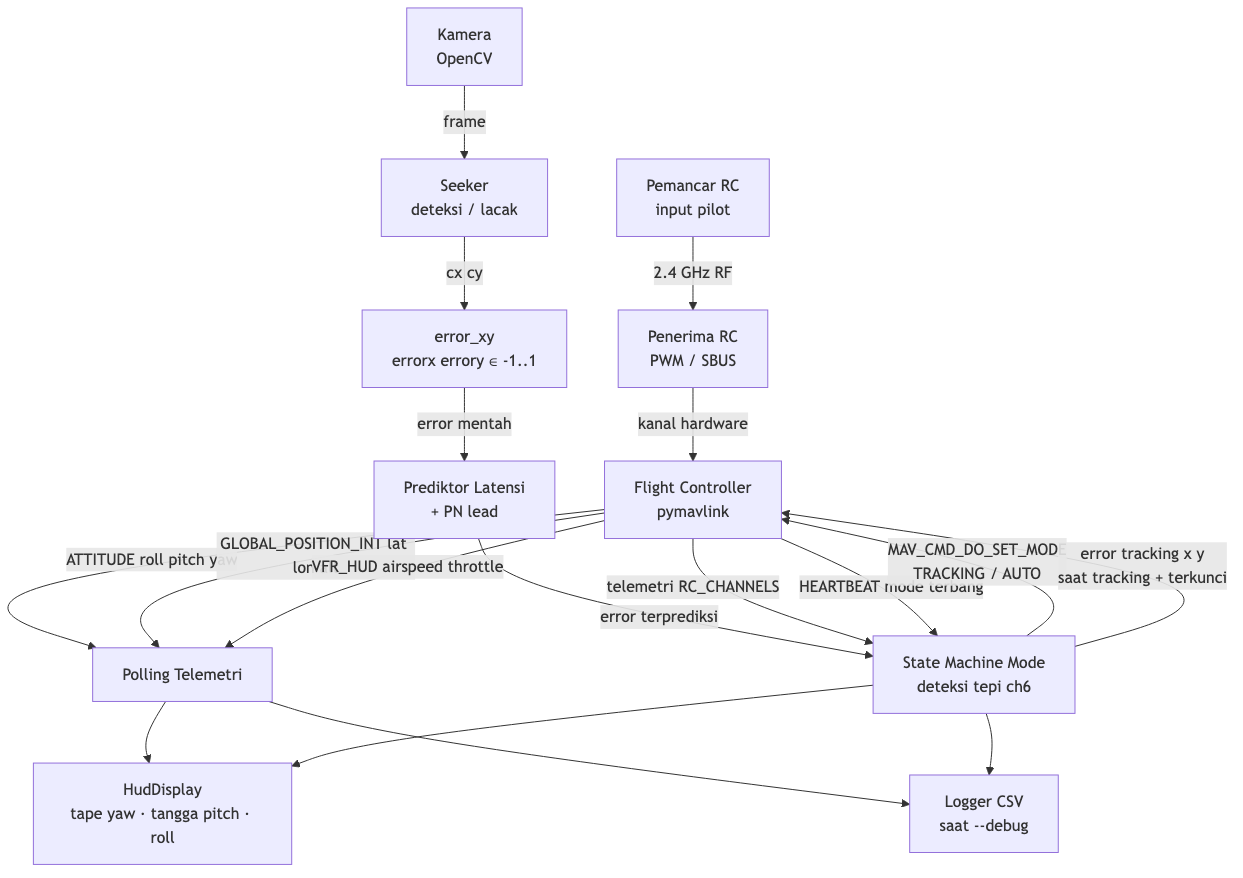
Before: docs/chart_02_architecture.png, a diagram exported from Mermaid (musaelhanafi/drone-seeker). Its source is kept beside it as docs/chart_02_architecture.mmd.
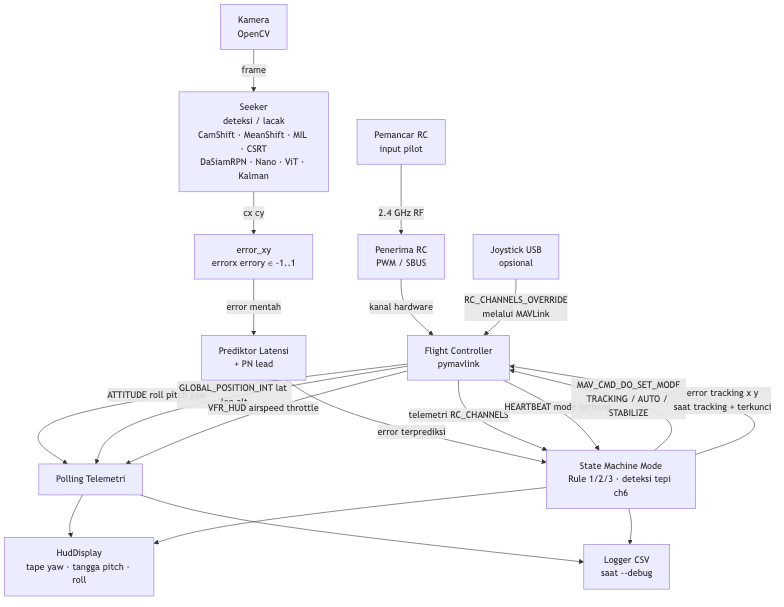
The same file after the commit.

Diff of the diagram source:
```diff
@@ -2,11 +2,13 @@
     RCTX[Pemancar RC\ninput pilot] -->|2.4 GHz RF| RCRX[Penerima RC\nPWM / SBUS]
     RCRX -->|kanal hardware| FC
 
-    CAM[Kamera\nOpenCV] -->|frame| SK[Seeker\ndeteksi / lacak]
+    JOY[Joystick USB\nopsional] -->|RC_CHANNELS_OVERRIDE\nmelalui MAVLink| FC
+
+    CAM[Kamera\nOpenCV] -->|frame| SK[Seeker\ndeteksi / lacak\nCamShift · MeanShift · MIL · CSRT\nDaSiamRPN · Nano · ViT · Kalman]
     SK -->|cx cy| EXY[error_xy\nerrorx errory ∈ -1..1]
 
     EXY -->|error mentah| PRED[Prediktor Latensi\n+ PN lead]
-    PRED -->|error terprediksi| SM[State Machine Mode\ndeteksi tepi ch6]
+    PRED -->|error terprediksi| SM[State Machine Mode\nRule 1/2/3 · deteksi tepi ch6]
 
     FC[Flight Controller\npymavlink] -->|telemetri RC_CHANNELS| SM
     FC -->|HEARTBEAT  mode terbang| SM
@@ -17,7 +19,7 @@
     TEL --> HUD[HudDisplay\ntape yaw · tangga pitch · roll]
     TEL --> CSV[Logger CSV\nsaat --debug]
 
-    SM -->|MAV_CMD_DO_SET_MODE\nTRACKING / AUTO| FC
+    SM -->|MAV_CMD_DO_SET_MODE\nTRACKING / AUTO / STABILIZE| FC
     SM -->|error tracking x y\nsaat tracking + terkunci| FC
     SM --> HUD
     SM --> CSV
```
